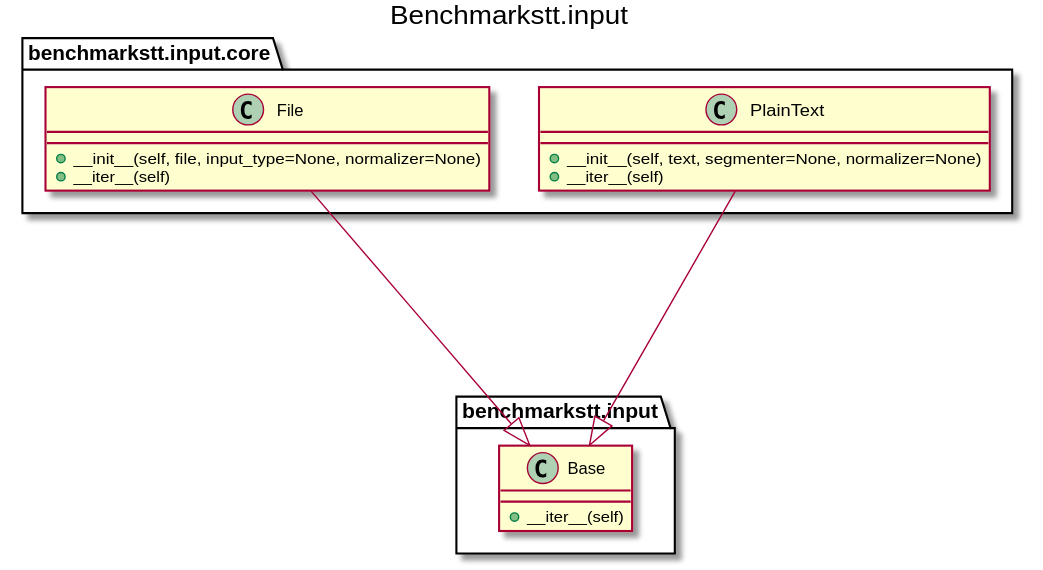
Before: docs/_static/uml/benchmarkstt.input.svg, a diagram exported from PlantUML (ebu/benchmarkstt).
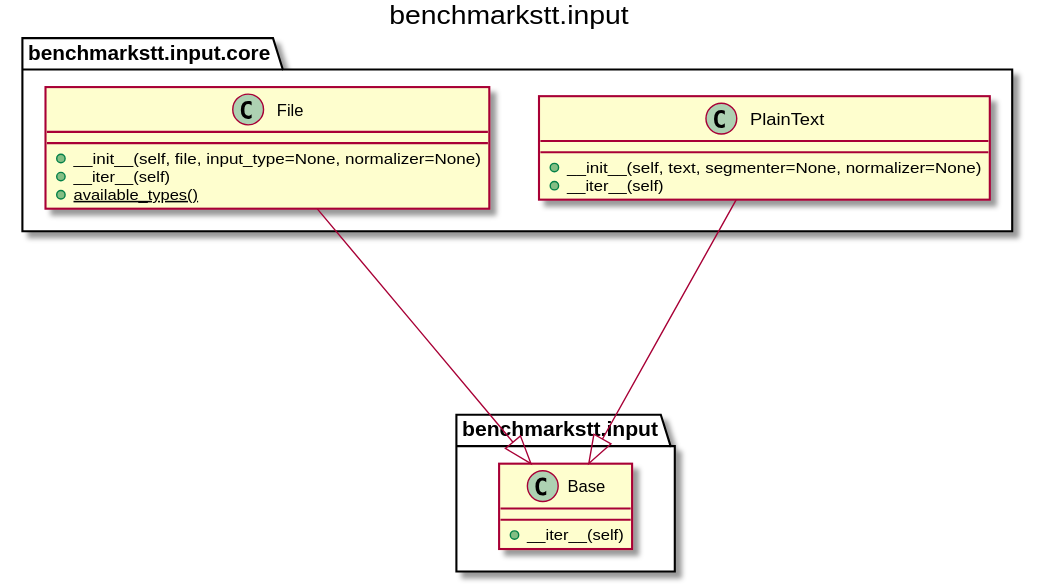
Later version of the same file.

The edit, as a diff of the source:
```diff
@@ -1,19 +1,24 @@
 @startuml
-title Benchmarkstt.input
+title benchmarkstt.input
 
+package benchmarkstt.input {
 
-class benchmarkstt.input.Base [[https://benchmarkstt.readthedocs.io/en/latest/modules/benchmarkstt.input.html#benchmarkstt.input.Base]] {
+	class benchmarkstt.input.Base [[https://benchmarkstt.readthedocs.io/en/latest/modules/benchmarkstt.input.html#benchmarkstt.input.Base]] {
 	+__iter__(self)
+	}
 }
+package benchmarkstt.input.core {
 
-class benchmarkstt.input.core.File [[https://benchmarkstt.readthedocs.io/en/latest/modules/benchmarkstt.input.core.html#benchmarkstt.input.core.File]] {
+	class benchmarkstt.input.core.File [[https://benchmarkstt.readthedocs.io/en/latest/modules/benchmarkstt.input.core.html#benchmarkstt.input.core.File]] {
 	+__init__(self, file, input_type=None, normalizer=None)
 	+__iter__(self)
-}
+	{static} +available_types()
+	}
 
-class benchmarkstt.input.core.PlainText [[https://benchmarkstt.readthedocs.io/en/latest/modules/benchmarkstt.input.core.html#benchmarkstt.input.core.PlainText]] {
+	class benchmarkstt.input.core.PlainText [[https://benchmarkstt.readthedocs.io/en/latest/modules/benchmarkstt.input.core.html#benchmarkstt.input.core.PlainText]] {
 	+__init__(self, text, segmenter=None, normalizer=None)
 	+__iter__(self)
+	}
 }
 
 benchmarkstt.input.core.File ----|> benchmarkstt.input.Base
```
